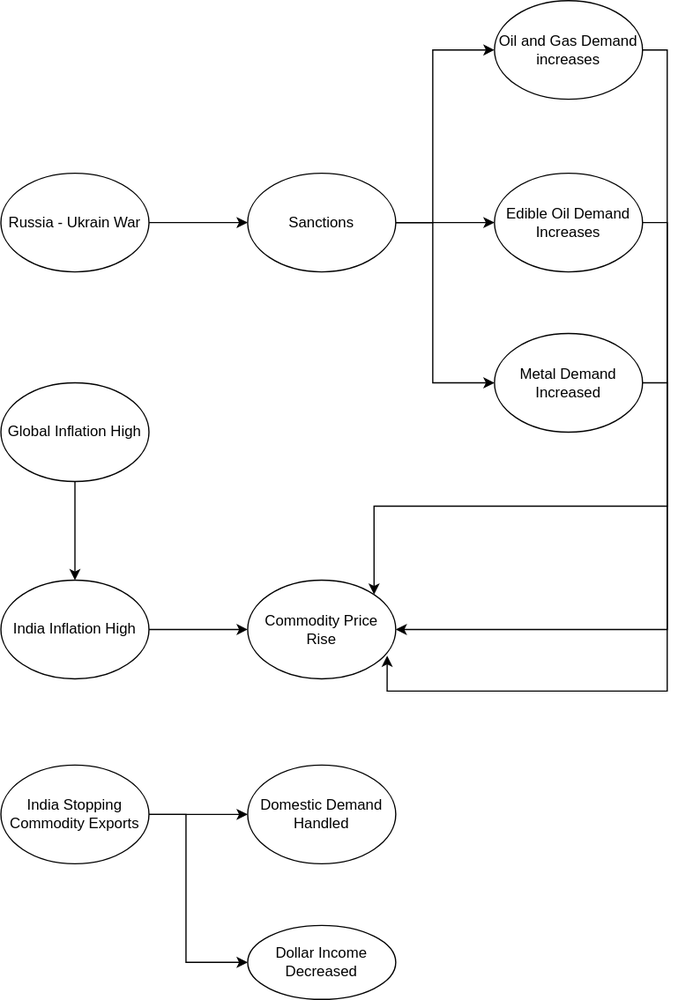
Earlier version of the draw.io export Market Events.svg (jkrishnarao2003/market). Source tidied: cells renumbered, new cells last; positions are measured from the earlier drawing's top-left corner, leaving out a move shared by most shapes.
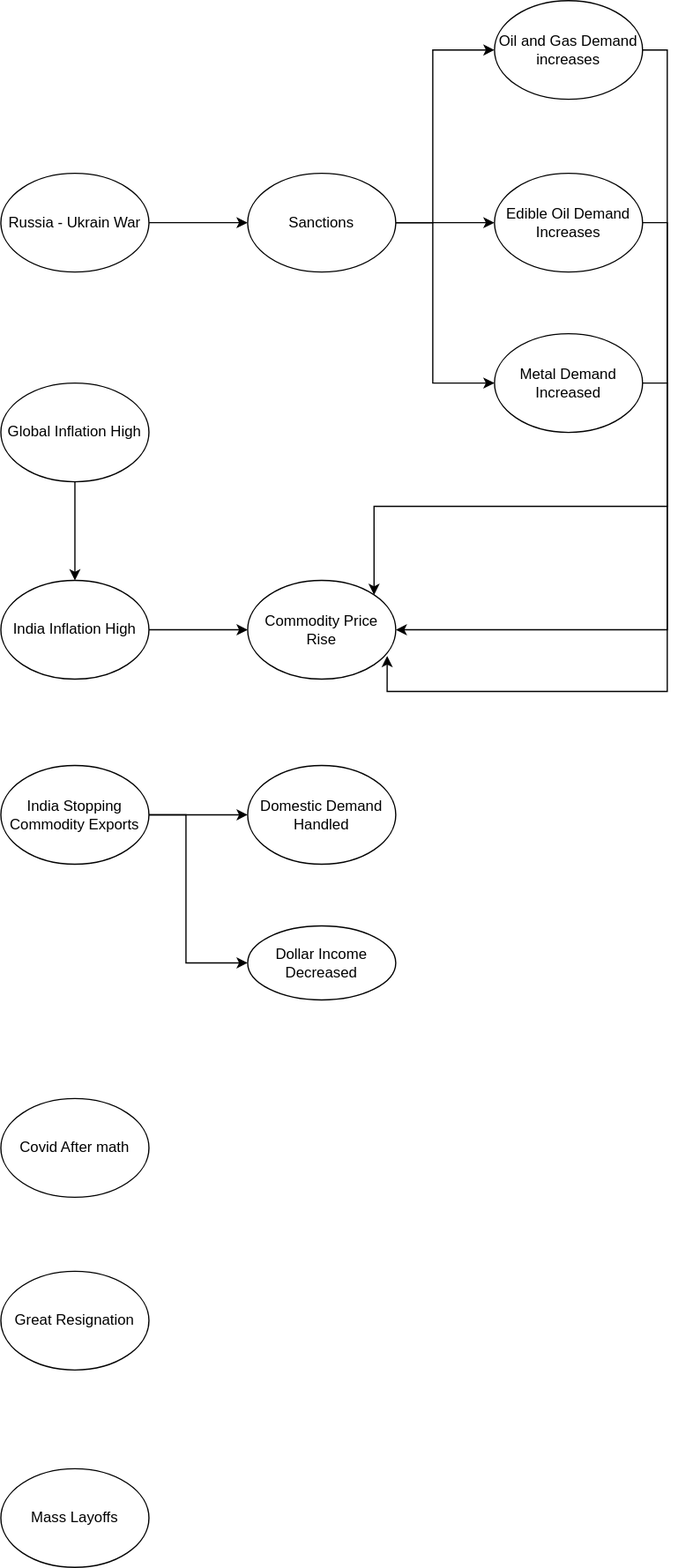
The same diagram one commit later.

Diff of the diagram source:
```diff
@@ -89,5 +89,14 @@
     <mxCell id="23" value="Dollar Income Decreased" style="ellipse;whiteSpace=wrap;html=1;" parent="1" vertex="1">
       <mxGeometry x="200" y="750" width="120" height="60" as="geometry" />
     </mxCell>
+    <mxCell id="24" value="Covid After math" style="ellipse;whiteSpace=wrap;html=1;" parent="1" vertex="1">
+      <mxGeometry y="890" width="120" height="80" as="geometry" />
+    </mxCell>
+    <mxCell id="25" value="Great Resignation" style="ellipse;whiteSpace=wrap;html=1;" parent="1" vertex="1">
+      <mxGeometry y="1030" width="120" height="80" as="geometry" />
+    </mxCell>
+    <mxCell id="26" value="Mass Layoffs" style="ellipse;whiteSpace=wrap;html=1;" parent="1" vertex="1">
+      <mxGeometry y="1190" width="120" height="80" as="geometry" />
+    </mxCell>
   </root>
 </mxGraphModel>
```
